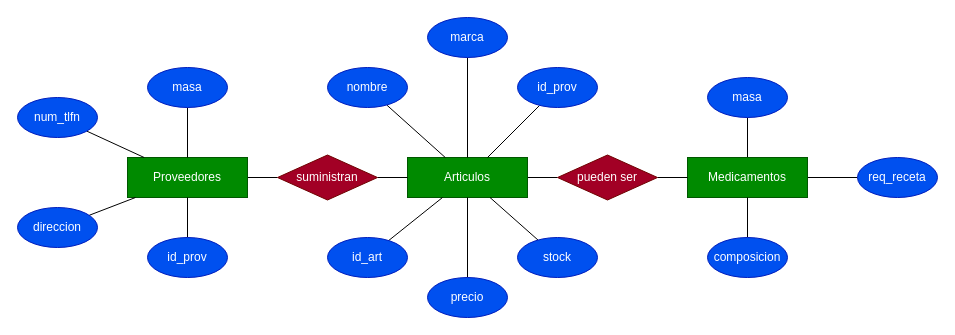
Earlier version of the draw.io diagram src/mer.drawio (alexaib2002/dam-proyecto_integrador_1). Source tidied: cells renumbered, new cells numbered last; positions are measured from the earlier drawing's top-left corner, leaving out a move shared by most shapes. Both pictures are drawn from the tidied source at 100%, with x=0, y=0 at pixel (17, 17).
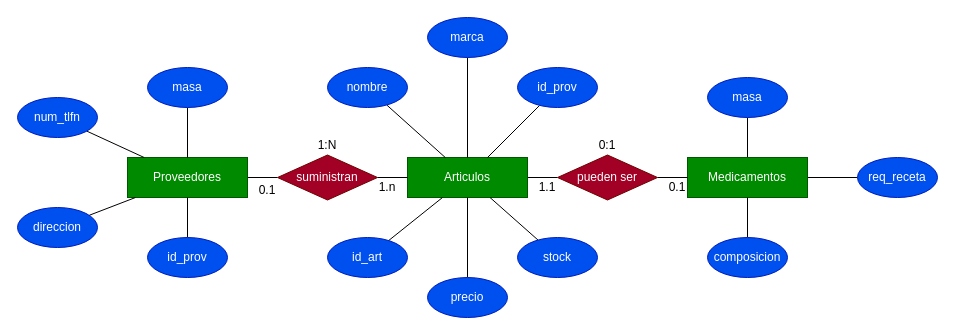
The same page after the edit.

Commit message (it also covers changes not shown here):
mer updated (relations)

What changed in the source:
```diff
@@
+    <mxCell id="37" value="0.1" style="text;html=1;strokeColor=none;fillColor=none;align=center;verticalAlign=middle;whiteSpace=wrap;rounded=0;" parent="1" vertex="1">
+      <mxGeometry x="230" y="162.5" width="40" height="20" as="geometry" />
+    </mxCell>
+    <mxCell id="38" value="1.n" style="text;html=1;strokeColor=none;fillColor=none;align=center;verticalAlign=middle;whiteSpace=wrap;rounded=0;" parent="1" vertex="1">
+      <mxGeometry x="350" y="160" width="40" height="20" as="geometry" />
+    </mxCell>
+    <mxCell id="39" value="1:N" style="text;html=1;strokeColor=none;fillColor=none;align=center;verticalAlign=middle;whiteSpace=wrap;rounded=0;" parent="1" vertex="1">
+      <mxGeometry x="290" y="117.5" width="40" height="20" as="geometry" />
+    </mxCell>
+    <mxCell id="40" value="0.1" style="text;html=1;strokeColor=none;fillColor=none;align=center;verticalAlign=middle;whiteSpace=wrap;rounded=0;" parent="1" vertex="1">
+      <mxGeometry x="640" y="160" width="40" height="20" as="geometry" />
+    </mxCell>
+    <mxCell id="41" value="1.1" style="text;html=1;strokeColor=none;fillColor=none;align=center;verticalAlign=middle;whiteSpace=wrap;rounded=0;" parent="1" vertex="1">
+      <mxGeometry x="510" y="160" width="40" height="20" as="geometry" />
+    </mxCell>
+    <mxCell id="42" value="0:1" style="text;html=1;strokeColor=none;fillColor=none;align=center;verticalAlign=middle;whiteSpace=wrap;rounded=0;" parent="1" vertex="1">
+      <mxGeometry x="570" y="117.5" width="40" height="20" as="geometry" />
+    </mxCell>
```
